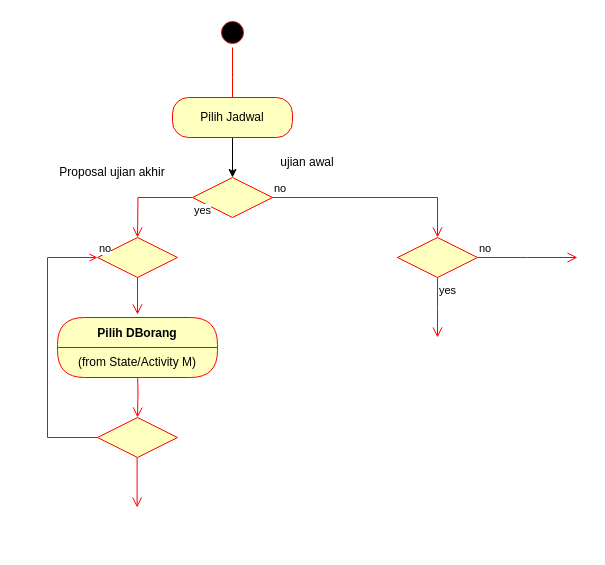
The draw.io diagram Pert 12/Activity-2-12.drawio in mahesri/uml_ads_sms3, before the edit. Source tidied: cells renumbered, new cells numbered last; positions are measured from the earlier drawing's top-left corner, leaving out a move shared by most shapes. Both pictures are drawn from the tidied source at 100%, with x=0, y=0 at pixel (47, 17).
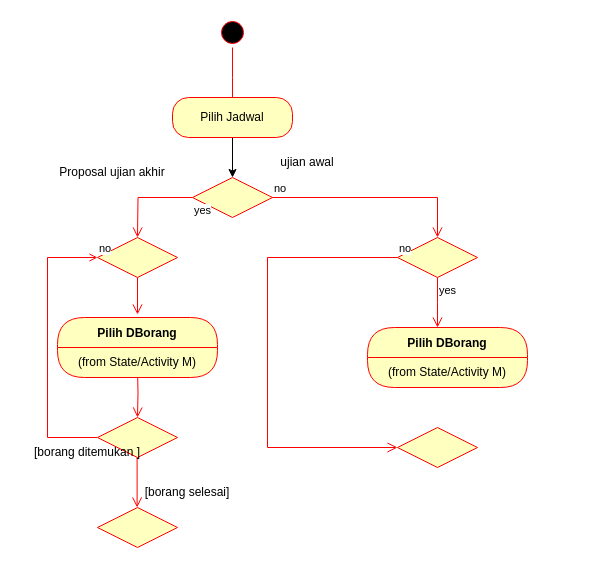
Above is the later version.

The change refers to these unchanged cells:
```xml
<mxCell id="14" style="rhombus;whiteSpace=wrap;html=1;fontColor=#000000;fillColor=#ffffc0;strokeColor=#ff0000;" parent="1" vertex="1">
  <mxGeometry x="350" y="220" width="80" height="40" as="geometry" />
</mxCell>
```

The edit, as a diff of the source:
```diff
@@
-    <mxCell id="15" value="no" style="edgeStyle=orthogonalEdgeStyle;html=1;align=left;verticalAlign=bottom;endArrow=open;endSize=8;strokeColor=#ff0000;rounded=0;" parent="1" edge="1" source="14">
+    <mxCell id="15" value="no" style="edgeStyle=orthogonalEdgeStyle;html=1;align=left;verticalAlign=bottom;endArrow=open;endSize=8;strokeColor=#ff0000;rounded=0;entryX=0;entryY=0.5;entryDx=0;entryDy=0;" parent="1" edge="1" source="14" target="27">
       <mxGeometry x="-1" relative="1" as="geometry">
-        <mxPoint x="530" y="240" as="targetPoint" />
+        <Array as="points">
+          <mxPoint x="220" y="240" />
+          <mxPoint x="220" y="430" />
+        </Array>
       </mxGeometry>
     </mxCell>
     <mxCell id="16" value="yes" style="edgeStyle=orthogonalEdgeStyle;html=1;align=left;verticalAlign=top;endArrow=open;endSize=8;strokeColor=#ff0000;rounded=0;" parent="1" edge="1" source="14">
       <mxGeometry x="-1" relative="1" as="geometry">
-        <mxPoint x="390" y="320" as="targetPoint" />
+        <mxPoint x="390" y="310" as="targetPoint" />
       </mxGeometry>
     </mxCell>
@@
+    <mxCell id="22" style="rhombus;whiteSpace=wrap;html=1;fontColor=#000000;fillColor=#ffffc0;strokeColor=#ff0000;" parent="1" vertex="1">
+      <mxGeometry x="50" y="490" width="80" height="40" as="geometry" />
+    </mxCell>
+    <mxCell id="23" value="[borang ditemukan ]" style="text;html=1;strokeColor=none;fillColor=none;align=center;verticalAlign=middle;whiteSpace=wrap;rounded=0;" parent="1" vertex="1">
+      <mxGeometry x="-30" y="420" width="140" height="30" as="geometry" />
+    </mxCell>
+    <mxCell id="24" value="[borang selesai]" style="text;html=1;strokeColor=none;fillColor=none;align=center;verticalAlign=middle;whiteSpace=wrap;rounded=0;" parent="1" vertex="1">
+      <mxGeometry x="70" y="460" width="140" height="30" as="geometry" />
+    </mxCell>
+    <mxCell id="25" value="Pilih DBorang" style="swimlane;fontStyle=1;align=center;verticalAlign=middle;horizontal=1;startSize=30;fontColor=#000000;rounded=1;arcSize=30;strokeColor=#ff0000;fillColor=#ffffc0;swimlaneFillColor=#ffffc0;" parent="1" vertex="1">
+      <mxGeometry x="320" y="310" width="160" height="60" as="geometry" />
+    </mxCell>
+    <mxCell id="26" value="(from State/Activity M)" style="text;html=1;strokeColor=none;fillColor=none;align=center;verticalAlign=middle;spacingLeft=4;spacingRight=4;whiteSpace=wrap;overflow=hidden;fontColor=#000000;" parent="25" vertex="1">
+      <mxGeometry y="30" width="160" height="30" as="geometry" />
+    </mxCell>
+    <mxCell id="27" style="rhombus;whiteSpace=wrap;html=1;fontColor=#000000;fillColor=#ffffc0;strokeColor=#ff0000;" parent="1" vertex="1">
+      <mxGeometry x="350" y="410" width="80" height="40" as="geometry" />
+    </mxCell>
```
